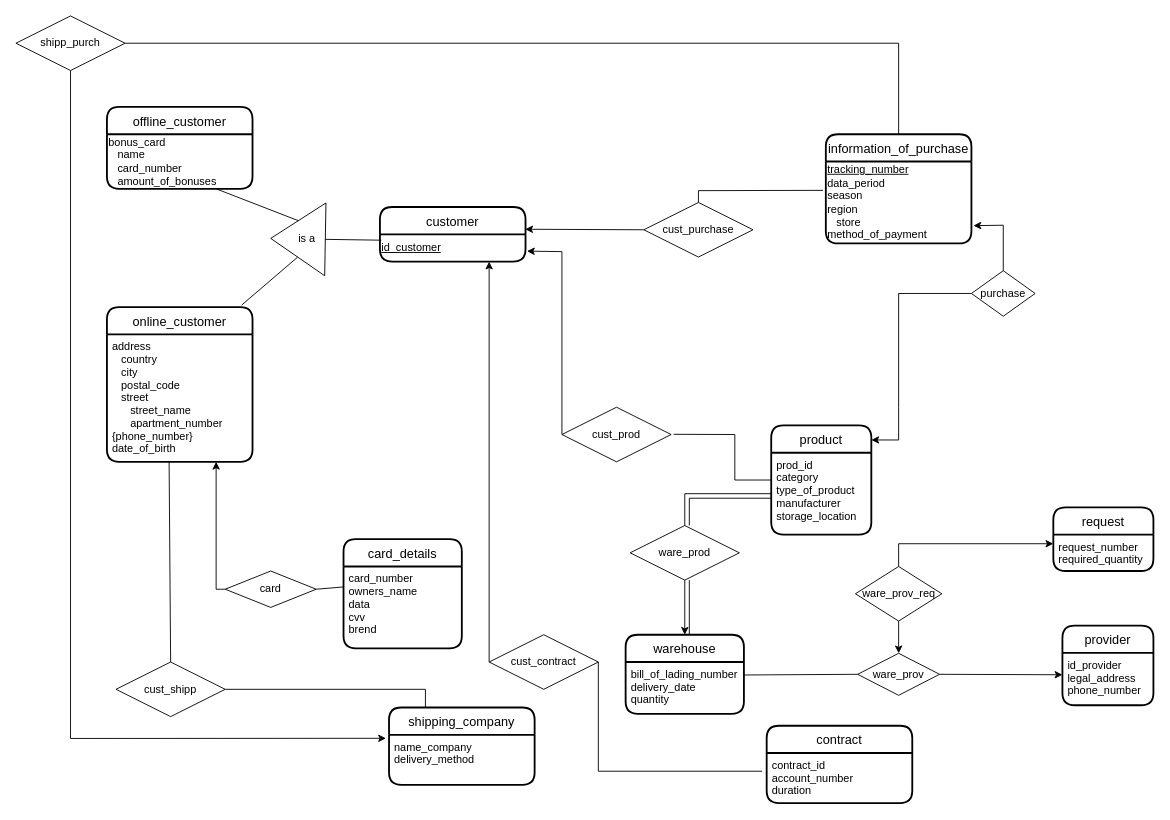
This is Untitled Diagram.drawio from Adilbek-Asilzat/DB, a draw.io file, before an edit. Source tidied: cells renumbered, new cells numbered last; positions are measured from the earlier drawing's top-left corner, leaving out a move shared by most shapes. Both pictures are drawn from the tidied source at 91%, with x=0, y=0 at pixel (15, 15).
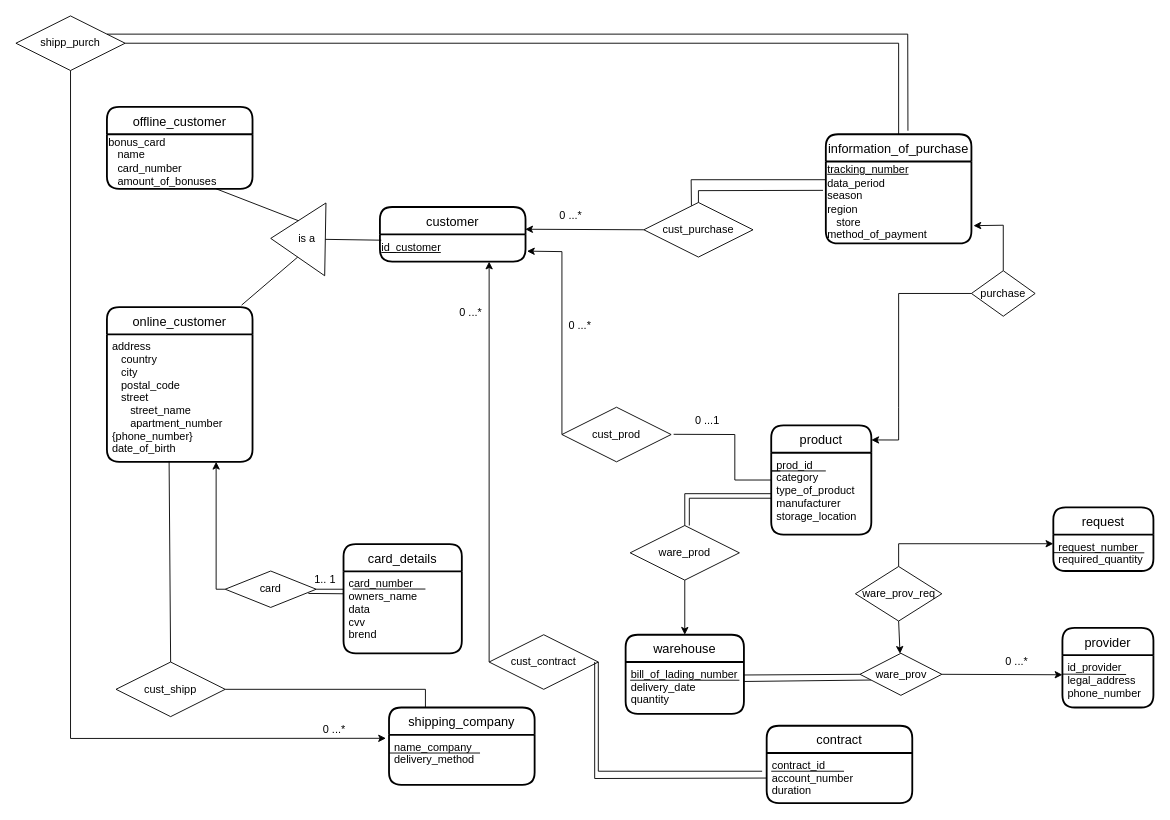
Above is the later version.

Unchanged cells that the change refers to:
```xml
<mxCell id="4" value="information_of_purchase" style="swimlane;horizontal=1;startSize=30;rounded=1;fontSize=14;fontStyle=0;strokeWidth=2;shadow=0;dashed=0;align=center;" parent="1" vertex="1">
  <mxGeometry x="890" y="130" width="160" height="120" as="geometry" />
</mxCell>
<mxCell id="5" value="&lt;u&gt;tracking_number&lt;br&gt;&lt;/u&gt;data_period&lt;br&gt;season&lt;br&gt;region&lt;br&gt;&amp;nbsp; &amp;nbsp;store&lt;br&gt;method_of_payment" style="text;html=1;align=left;verticalAlign=middle;points=[];strokeColor=none;fillColor=none;" parent="4" vertex="1">
  <mxGeometry y="30" width="160" height="90" as="geometry" />
</mxCell>
<mxCell id="6" value="contract" style="swimlane;horizontal=1;startSize=30;rounded=1;fontSize=14;fontStyle=0;strokeWidth=2;shadow=0;dashed=0;align=center;" parent="1" vertex="1">
  <mxGeometry x="825" y="780" width="160" height="85" as="geometry" />
</mxCell>
<mxCell id="7" value="contract_id&#10;account_number&#10;duration" style="align=left;strokeColor=none;fillColor=none;spacingLeft=4;fontSize=12;verticalAlign=top;fontStyle=0;" parent="6" vertex="1">
  <mxGeometry y="30" width="160" height="55" as="geometry" />
</mxCell>
<mxCell id="8" value="product" style="swimlane;horizontal=1;startSize=30;rounded=1;fontSize=14;fontStyle=0;strokeWidth=2;shadow=0;dashed=0;align=center;" parent="1" vertex="1">
  <mxGeometry x="830" y="450" width="110" height="120" as="geometry" />
</mxCell>
<mxCell id="11" value="card_number&#10;owners_name&#10;data&#10;cvv&#10;brend" style="align=left;strokeColor=none;fillColor=none;spacingLeft=4;fontSize=12;verticalAlign=top;" parent="10" vertex="1">
  <mxGeometry y="30" width="130" height="90" as="geometry" />
</mxCell>
<mxCell id="15" value="shipping_company" style="swimlane;horizontal=1;startSize=30;rounded=1;fontSize=14;fontStyle=0;strokeWidth=2;shadow=0;dashed=0;align=center;" parent="1" vertex="1">
  <mxGeometry x="410" y="760" width="160" height="85" as="geometry" />
</mxCell>
<mxCell id="24" value="cust_purchase" style="shape=rhombus;perimeter=rhombusPerimeter;whiteSpace=wrap;html=1;align=center;" parent="1" vertex="1">
  <mxGeometry x="690" y="205" width="120" height="60" as="geometry" />
</mxCell>
<mxCell id="31" value="warehouse" style="swimlane;horizontal=1;startSize=30;rounded=1;fontSize=14;fontStyle=0;strokeWidth=2;shadow=0;dashed=0;align=center;" parent="1" vertex="1">
  <mxGeometry x="670" y="680" width="130" height="87" as="geometry" />
</mxCell>
<mxCell id="32" value="bill_of_lading_number&#10;delivery_date&#10;quantity&#10;" style="align=left;strokeColor=none;fillColor=none;spacingLeft=4;fontSize=12;verticalAlign=top;" parent="31" vertex="1">
  <mxGeometry y="30" width="130" height="57" as="geometry" />
</mxCell>
<mxCell id="37" value="request" style="swimlane;horizontal=1;startSize=30;rounded=1;fontSize=14;fontStyle=0;strokeWidth=2;shadow=0;dashed=0;align=center;" parent="1" vertex="1">
  <mxGeometry x="1140" y="540" width="110" height="70" as="geometry" />
</mxCell>
<mxCell id="56" value="card" style="shape=rhombus;perimeter=rhombusPerimeter;whiteSpace=wrap;html=1;align=center;" parent="1" vertex="1">
  <mxGeometry x="230" y="610" width="100" height="40" as="geometry" />
</mxCell>
```

Change to the diagram source:
```diff
@@
+    <mxCell id="62" style="endArrow=none;html=1;rounded=0;" parent="6" edge="1">
+      <mxGeometry relative="1" as="geometry">
+        <mxPoint x="5" y="50" as="sourcePoint" />
+        <mxPoint x="85" y="50" as="targetPoint" />
+      </mxGeometry>
+    </mxCell>
@@
+    <mxCell id="63" style="endArrow=none;html=1;rounded=0;" parent="8" edge="1">
+      <mxGeometry relative="1" as="geometry">
+        <mxPoint x="10" y="50" as="sourcePoint" />
+        <mxPoint x="60" y="50" as="targetPoint" />
+        <Array as="points">
+          <mxPoint y="50" />
+        </Array>
+      </mxGeometry>
+    </mxCell>
@@
     <mxCell id="10" value="card_details" style="swimlane;horizontal=1;startSize=30;rounded=1;fontSize=14;fontStyle=0;strokeWidth=2;shadow=0;dashed=0;align=center;" parent="1" vertex="1">
-      <mxGeometry x="360" y="575" width="130" height="120" as="geometry" />
+      <mxGeometry x="360" y="580.4" width="130" height="120" as="geometry" />
     </mxCell>
+    <mxCell id="64" style="endArrow=none;html=1;rounded=0;" parent="10" edge="1">
+      <mxGeometry relative="1" as="geometry">
+        <mxPoint x="10" y="49.4" as="sourcePoint" />
+        <mxPoint x="90" y="49.4" as="targetPoint" />
+      </mxGeometry>
+    </mxCell>
@@
+    <mxCell id="65" style="endArrow=none;html=1;rounded=0;" parent="15" edge="1">
+      <mxGeometry relative="1" as="geometry">
+        <mxPoint y="50" as="sourcePoint" />
+        <mxPoint x="100" y="50" as="targetPoint" />
+      </mxGeometry>
+    </mxCell>
@@
     <mxCell id="29" value="provider" style="swimlane;horizontal=1;startSize=30;rounded=1;fontSize=14;fontStyle=0;strokeWidth=2;shadow=0;dashed=0;align=center;" parent="1" vertex="1">
-      <mxGeometry x="1150" y="670" width="100" height="87.5" as="geometry" />
+      <mxGeometry x="1150" y="672.5" width="100" height="87.5" as="geometry" />
     </mxCell>
+    <mxCell id="66" style="endArrow=none;html=1;rounded=0;" parent="29" edge="1">
+      <mxGeometry relative="1" as="geometry">
+        <mxPoint y="50.8" as="sourcePoint" />
+        <mxPoint x="70" y="51.2" as="targetPoint" />
+      </mxGeometry>
+    </mxCell>
@@
+    <mxCell id="67" style="endArrow=none;html=1;rounded=0;" parent="31" edge="1">
+      <mxGeometry relative="1" as="geometry">
+        <mxPoint x="5" y="50" as="sourcePoint" />
+        <mxPoint x="125" y="50" as="targetPoint" />
+      </mxGeometry>
+    </mxCell>
@@
+    <mxCell id="68" style="endArrow=none;html=1;rounded=0;" parent="37" edge="1">
+      <mxGeometry relative="1" as="geometry">
+        <mxPoint y="49.8" as="sourcePoint" />
+        <mxPoint x="100" y="50" as="targetPoint" />
+      </mxGeometry>
+    </mxCell>
@@
-    <mxCell id="41" value="ware_prov" style="shape=rhombus;perimeter=rhombusPerimeter;whiteSpace=wrap;html=1;align=center;" parent="1" vertex="1">
-      <mxGeometry x="925" y="700.4" width="90" height="46.2" as="geometry" />
-    </mxCell>
@@
-    <mxCell id="57" style="endArrow=none;html=1;rounded=0;exitX=0;exitY=0.25;exitDx=0;exitDy=0;entryX=1;entryY=0.5;entryDx=0;entryDy=0;" parent="1" edge="1" source="11" target="56">
-      <mxGeometry relative="1" as="geometry" />
+    <mxCell id="57" style="endArrow=none;html=1;rounded=0;entryX=1;entryY=0.5;entryDx=0;entryDy=0;" parent="1" edge="1" target="56">
+      <mxGeometry relative="1" as="geometry">
+        <mxPoint x="360" y="630" as="sourcePoint" />
+      </mxGeometry>
     </mxCell>
@@
-    <mxCell id="61" style="endArrow=none;html=1;rounded=0;" parent="1" edge="1">
-      <mxGeometry relative="1" as="geometry">
-        <mxPoint x="740" y="620" as="sourcePoint" />
-        <mxPoint x="740" y="680" as="targetPoint" />
-      </mxGeometry>
-    </mxCell>
+    <mxCell id="69" style="endArrow=none;html=1;rounded=0;entryX=0.138;entryY=0.636;entryDx=0;entryDy=0;entryPerimeter=0;exitX=1.002;exitY=0.375;exitDx=0;exitDy=0;exitPerimeter=0;" parent="1" edge="1" source="32" target="41">
+      <mxGeometry relative="1" as="geometry" />
+    </mxCell>
+    <mxCell id="41" value="ware_prov" style="shape=rhombus;perimeter=rhombusPerimeter;whiteSpace=wrap;html=1;align=center;" parent="1" vertex="1">
+      <mxGeometry x="927.5" y="700.4" width="90" height="46.2" as="geometry" />
+    </mxCell>
+    <mxCell id="70" style="endArrow=none;html=1;rounded=0;entryX=0;entryY=0.5;entryDx=0;entryDy=0;" parent="1" edge="1" target="7">
+      <mxGeometry relative="1" as="geometry">
+        <mxPoint x="636" y="710" as="sourcePoint" />
+        <Array as="points">
+          <mxPoint x="636" y="838" />
+        </Array>
+      </mxGeometry>
+    </mxCell>
+    <mxCell id="71" style="endArrow=none;html=1;rounded=0;exitX=0.914;exitY=0.616;exitDx=0;exitDy=0;exitPerimeter=0;" parent="1" edge="1" source="56">
+      <mxGeometry relative="1" as="geometry">
+        <mxPoint x="360" y="635" as="targetPoint" />
+      </mxGeometry>
+    </mxCell>
+    <mxCell id="72" style="endArrow=none;html=1;rounded=0;entryX=0.564;entryY=-0.032;entryDx=0;entryDy=0;entryPerimeter=0;" parent="1" edge="1" target="4">
+      <mxGeometry relative="1" as="geometry">
+        <mxPoint x="100" y="20" as="sourcePoint" />
+        <Array as="points">
+          <mxPoint x="980" y="20" />
+        </Array>
+      </mxGeometry>
+    </mxCell>
+    <mxCell id="73" style="endArrow=none;html=1;rounded=0;entryX=0;entryY=0.222;entryDx=0;entryDy=0;entryPerimeter=0;exitX=0.436;exitY=0.059;exitDx=0;exitDy=0;exitPerimeter=0;" parent="1" edge="1" source="24" target="5">
+      <mxGeometry relative="1" as="geometry">
+        <Array as="points">
+          <mxPoint x="742" y="180" />
+        </Array>
+      </mxGeometry>
+    </mxCell>
+    <mxCell id="74" value="0 ...1" style="text;html=1;strokeColor=none;fillColor=none;align=center;verticalAlign=middle;whiteSpace=wrap;rounded=0;" parent="1" vertex="1">
+      <mxGeometry x="730" y="430" width="60" height="30" as="geometry" />
+    </mxCell>
+    <mxCell id="75" value="0 ...*" style="text;html=1;strokeColor=none;fillColor=none;align=center;verticalAlign=middle;whiteSpace=wrap;rounded=0;" parent="1" vertex="1">
+      <mxGeometry x="590" y="326" width="60" height="30" as="geometry" />
+    </mxCell>
+    <mxCell id="76" value="1.. 1" style="text;html=1;strokeColor=none;fillColor=none;align=center;verticalAlign=middle;whiteSpace=wrap;rounded=0;" parent="1" vertex="1">
+      <mxGeometry x="310" y="605" width="60" height="30" as="geometry" />
+    </mxCell>
+    <mxCell id="77" value="0 ...*" style="text;html=1;strokeColor=none;fillColor=none;align=center;verticalAlign=middle;whiteSpace=wrap;rounded=0;" parent="1" vertex="1">
+      <mxGeometry x="1070" y="695" width="60" height="30" as="geometry" />
+    </mxCell>
+    <mxCell id="78" value="0 ...*" style="text;html=1;strokeColor=none;fillColor=none;align=center;verticalAlign=middle;whiteSpace=wrap;rounded=0;" parent="1" vertex="1">
+      <mxGeometry x="320" y="770" width="60" height="30" as="geometry" />
+    </mxCell>
+    <mxCell id="79" value="0 ...*" style="text;html=1;strokeColor=none;fillColor=none;align=center;verticalAlign=middle;whiteSpace=wrap;rounded=0;" parent="1" vertex="1">
+      <mxGeometry x="470" y="311" width="60" height="30" as="geometry" />
+    </mxCell>
+    <mxCell id="80" value="0 ...*" style="text;html=1;strokeColor=none;fillColor=none;align=center;verticalAlign=middle;whiteSpace=wrap;rounded=0;" parent="1" vertex="1">
+      <mxGeometry x="580" y="205" width="60" height="30" as="geometry" />
+    </mxCell>
```
